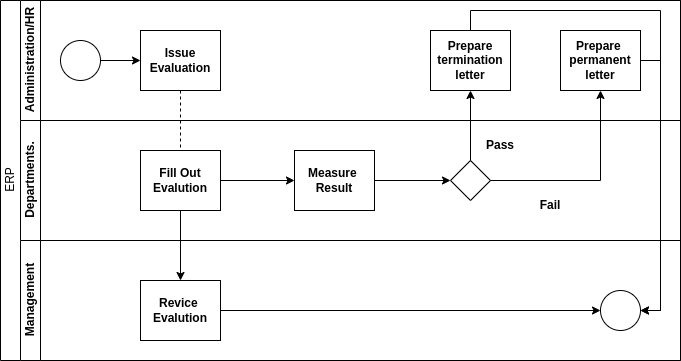
Earlier version of the draw.io export stadia/system-documentation/activity_diagrams/appraisal_activity_diagram.drawio.png (Simonbelete/odoo-modules). Source tidied: cells renumbered, new cells last; positions are measured from the earlier drawing's top-left corner, leaving out a move shared by most shapes. The source it was exported from:
```xml
<mxGraphModel>
  <root>
    <mxCell id="0" />
    <mxCell id="1" parent="0" />
    <mxCell id="2" value="ERP" style="swimlane;html=1;horizontal=0;startSize=20;fontStyle=0;" parent="1" vertex="1">
      <mxGeometry width="680" height="360" as="geometry" />
    </mxCell>
    <mxCell id="3" style="edgeStyle=orthogonalEdgeStyle;rounded=0;jettySize=auto;html=1;dashed=1;endArrow=none;endFill=0;" parent="2" edge="1" source="7" target="12">
      <mxGeometry relative="1" as="geometry" />
    </mxCell>
    <mxCell id="4" value="Administration/HR" style="swimlane;html=1;startSize=20;horizontal=0;" parent="2" vertex="1">
      <mxGeometry x="20" width="660" height="120" as="geometry" />
    </mxCell>
    <mxCell id="5" style="edgeStyle=orthogonalEdgeStyle;rounded=0;jettySize=auto;html=1;" parent="4" edge="1" source="6" target="7">
      <mxGeometry relative="1" as="geometry" />
    </mxCell>
    <mxCell id="6" style="ellipse;whiteSpace=wrap;html=1;" parent="4" vertex="1">
      <mxGeometry x="40" y="40" width="40" height="40" as="geometry" />
    </mxCell>
    <mxCell id="7" value="&lt;b&gt;Issue Evaluation&lt;/b&gt;" style="rounded=0;whiteSpace=wrap;html=1;fontFamily=Helvetica;fontSize=12;fontColor=#000000;align=center;" parent="4" vertex="1">
      <mxGeometry x="120" y="30" width="80" height="60" as="geometry" />
    </mxCell>
    <mxCell id="8" value="&lt;b&gt;Prepare termination letter&lt;/b&gt;" style="rounded=0;whiteSpace=wrap;html=1;fontFamily=Helvetica;fontSize=12;fontColor=#000000;align=center;" parent="4" vertex="1">
      <mxGeometry x="410" y="30" width="80" height="60" as="geometry" />
    </mxCell>
    <mxCell id="9" value="&lt;b&gt;Prepare&amp;nbsp;&lt;br&gt;permanent letter&lt;/b&gt;" style="rounded=0;whiteSpace=wrap;html=1;fontFamily=Helvetica;fontSize=12;fontColor=#000000;align=center;" parent="4" vertex="1">
      <mxGeometry x="540" y="30" width="80" height="60" as="geometry" />
    </mxCell>
    <mxCell id="10" value="Departments." style="swimlane;html=1;startSize=20;horizontal=0;" parent="2" vertex="1">
      <mxGeometry x="20" y="120" width="660" height="120" as="geometry" />
    </mxCell>
    <mxCell id="11" style="edgeStyle=orthogonalEdgeStyle;rounded=0;jettySize=auto;html=1;exitX=1;exitY=0.5;exitDx=0;exitDy=0;entryX=0;entryY=0.5;entryDx=0;entryDy=0;" parent="10" edge="1" source="12" target="15">
      <mxGeometry relative="1" as="geometry" />
    </mxCell>
    <mxCell id="12" value="&lt;b&gt;Fill Out&lt;br&gt;Evalution&lt;br&gt;&lt;/b&gt;" style="rounded=0;whiteSpace=wrap;html=1;fontFamily=Helvetica;fontSize=12;fontColor=#000000;align=center;" parent="10" vertex="1">
      <mxGeometry x="120" y="30" width="80" height="60" as="geometry" />
    </mxCell>
    <mxCell id="13" style="rhombus;whiteSpace=wrap;html=1;fontFamily=Helvetica;fontSize=12;fontColor=#000000;align=center;" parent="10" vertex="1">
      <mxGeometry x="430" y="40" width="40" height="40" as="geometry" />
    </mxCell>
    <mxCell id="14" style="edgeStyle=orthogonalEdgeStyle;rounded=0;jettySize=auto;html=1;exitX=1;exitY=0.5;exitDx=0;exitDy=0;entryX=0;entryY=0.5;entryDx=0;entryDy=0;" parent="10" edge="1" source="15" target="13">
      <mxGeometry relative="1" as="geometry" />
    </mxCell>
    <mxCell id="15" value="&lt;b&gt;Measure&amp;nbsp;&lt;br&gt;Result&lt;br&gt;&lt;/b&gt;" style="rounded=0;whiteSpace=wrap;html=1;fontFamily=Helvetica;fontSize=12;fontColor=#000000;align=center;" parent="10" vertex="1">
      <mxGeometry x="274" y="30" width="80" height="60" as="geometry" />
    </mxCell>
    <mxCell id="16" value="Pass" style="text;html=1;strokeColor=none;fillColor=none;align=center;verticalAlign=middle;whiteSpace=wrap;rounded=0;fontStyle=1;" parent="10" vertex="1">
      <mxGeometry x="450" y="10" width="60" height="30" as="geometry" />
    </mxCell>
    <mxCell id="17" value="Fail" style="text;html=1;strokeColor=none;fillColor=none;align=center;verticalAlign=middle;whiteSpace=wrap;rounded=0;fontStyle=1;" parent="10" vertex="1">
      <mxGeometry x="500" y="70" width="60" height="30" as="geometry" />
    </mxCell>
    <mxCell id="18" value="Management" style="swimlane;html=1;startSize=20;horizontal=0;" parent="2" vertex="1">
      <mxGeometry x="20" y="240" width="660" height="120" as="geometry" />
    </mxCell>
    <mxCell id="19" style="edgeStyle=orthogonalEdgeStyle;rounded=0;jettySize=auto;html=1;exitX=1;exitY=0.5;exitDx=0;exitDy=0;entryX=0;entryY=0.5;entryDx=0;entryDy=0;" parent="18" edge="1" source="20" target="21">
      <mxGeometry relative="1" as="geometry" />
    </mxCell>
    <mxCell id="20" value="&lt;b&gt;Revice&amp;nbsp;&lt;br&gt;Evalution&lt;br&gt;&lt;/b&gt;" style="rounded=0;whiteSpace=wrap;html=1;fontFamily=Helvetica;fontSize=12;fontColor=#000000;align=center;" parent="18" vertex="1">
      <mxGeometry x="120" y="40" width="80" height="60" as="geometry" />
    </mxCell>
    <mxCell id="21" style="ellipse;whiteSpace=wrap;html=1;" parent="18" vertex="1">
      <mxGeometry x="580" y="50" width="40" height="40" as="geometry" />
    </mxCell>
    <mxCell id="22" style="edgeStyle=orthogonalEdgeStyle;rounded=0;jettySize=auto;html=1;exitX=0.5;exitY=1;exitDx=0;exitDy=0;entryX=0.5;entryY=0;entryDx=0;entryDy=0;" parent="2" edge="1" source="12" target="20">
      <mxGeometry relative="1" as="geometry" />
    </mxCell>
    <mxCell id="23" style="edgeStyle=orthogonalEdgeStyle;rounded=0;jettySize=auto;html=1;exitX=0.5;exitY=0;exitDx=0;exitDy=0;entryX=0.5;entryY=1;entryDx=0;entryDy=0;" parent="2" edge="1" source="13" target="8">
      <mxGeometry relative="1" as="geometry" />
    </mxCell>
    <mxCell id="24" style="edgeStyle=orthogonalEdgeStyle;rounded=0;jettySize=auto;html=1;exitX=1;exitY=0.5;exitDx=0;exitDy=0;entryX=0.5;entryY=1;entryDx=0;entryDy=0;" parent="2" edge="1" source="13" target="9">
      <mxGeometry relative="1" as="geometry" />
    </mxCell>
    <mxCell id="25" style="edgeStyle=orthogonalEdgeStyle;rounded=0;jettySize=auto;html=1;exitX=1;exitY=0.5;exitDx=0;exitDy=0;entryX=1;entryY=0.5;entryDx=0;entryDy=0;" parent="2" edge="1" source="9" target="21">
      <mxGeometry relative="1" as="geometry">
        <Array as="points">
          <mxPoint x="660" y="60" />
          <mxPoint x="660" y="310" />
        </Array>
      </mxGeometry>
    </mxCell>
    <mxCell id="26" style="edgeStyle=orthogonalEdgeStyle;rounded=0;jettySize=auto;html=1;exitX=0.5;exitY=0;exitDx=0;exitDy=0;entryX=1;entryY=0.5;entryDx=0;entryDy=0;" parent="2" edge="1" source="8" target="21">
      <mxGeometry relative="1" as="geometry">
        <Array as="points">
          <mxPoint x="470" y="10" />
          <mxPoint x="660" y="10" />
          <mxPoint x="660" y="310" />
        </Array>
      </mxGeometry>
    </mxCell>
  </root>
</mxGraphModel>
```
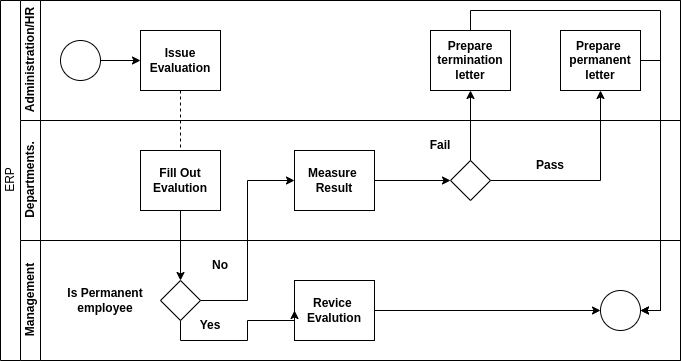
Later version of the same file.

Change to the diagram source:
```diff
@@ -29,9 +29,6 @@
     <mxCell id="10" value="Departments." style="swimlane;html=1;startSize=20;horizontal=0;" parent="2" vertex="1">
       <mxGeometry x="20" y="120" width="660" height="120" as="geometry" />
     </mxCell>
-    <mxCell id="11" style="edgeStyle=orthogonalEdgeStyle;rounded=0;jettySize=auto;html=1;exitX=1;exitY=0.5;exitDx=0;exitDy=0;entryX=0;entryY=0.5;entryDx=0;entryDy=0;" parent="10" edge="1" source="12" target="15">
-      <mxGeometry relative="1" as="geometry" />
-    </mxCell>
     <mxCell id="12" value="&lt;b&gt;Fill Out&lt;br&gt;Evalution&lt;br&gt;&lt;/b&gt;" style="rounded=0;whiteSpace=wrap;html=1;fontFamily=Helvetica;fontSize=12;fontColor=#000000;align=center;" parent="10" vertex="1">
       <mxGeometry x="120" y="30" width="80" height="60" as="geometry" />
     </mxCell>
@@ -45,10 +42,10 @@
       <mxGeometry x="274" y="30" width="80" height="60" as="geometry" />
     </mxCell>
     <mxCell id="16" value="Pass" style="text;html=1;strokeColor=none;fillColor=none;align=center;verticalAlign=middle;whiteSpace=wrap;rounded=0;fontStyle=1;" parent="10" vertex="1">
-      <mxGeometry x="450" y="10" width="60" height="30" as="geometry" />
+      <mxGeometry x="500" y="30" width="60" height="30" as="geometry" />
     </mxCell>
     <mxCell id="17" value="Fail" style="text;html=1;strokeColor=none;fillColor=none;align=center;verticalAlign=middle;whiteSpace=wrap;rounded=0;fontStyle=1;" parent="10" vertex="1">
-      <mxGeometry x="500" y="70" width="60" height="30" as="geometry" />
+      <mxGeometry x="390" y="10" width="60" height="30" as="geometry" />
     </mxCell>
     <mxCell id="18" value="Management" style="swimlane;html=1;startSize=20;horizontal=0;" parent="2" vertex="1">
       <mxGeometry x="20" y="240" width="660" height="120" as="geometry" />
@@ -57,14 +54,33 @@
       <mxGeometry relative="1" as="geometry" />
     </mxCell>
     <mxCell id="20" value="&lt;b&gt;Revice&amp;nbsp;&lt;br&gt;Evalution&lt;br&gt;&lt;/b&gt;" style="rounded=0;whiteSpace=wrap;html=1;fontFamily=Helvetica;fontSize=12;fontColor=#000000;align=center;" parent="18" vertex="1">
-      <mxGeometry x="120" y="40" width="80" height="60" as="geometry" />
+      <mxGeometry x="274" y="40" width="80" height="60" as="geometry" />
     </mxCell>
     <mxCell id="21" style="ellipse;whiteSpace=wrap;html=1;" parent="18" vertex="1">
       <mxGeometry x="580" y="50" width="40" height="40" as="geometry" />
     </mxCell>
-    <mxCell id="22" style="edgeStyle=orthogonalEdgeStyle;rounded=0;jettySize=auto;html=1;exitX=0.5;exitY=1;exitDx=0;exitDy=0;entryX=0.5;entryY=0;entryDx=0;entryDy=0;" parent="2" edge="1" source="12" target="20">
-      <mxGeometry relative="1" as="geometry" />
-    </mxCell>
+    <mxCell id="27" style="edgeStyle=orthogonalEdgeStyle;rounded=0;jettySize=auto;html=1;exitX=0.5;exitY=1;exitDx=0;exitDy=0;entryX=0;entryY=0.5;entryDx=0;entryDy=0;" parent="18" edge="1" source="28" target="20">
+      <mxGeometry relative="1" as="geometry">
+        <Array as="points">
+          <mxPoint x="160" y="100" />
+          <mxPoint x="227" y="100" />
+          <mxPoint x="227" y="80" />
+          <mxPoint x="274" y="80" />
+        </Array>
+      </mxGeometry>
+    </mxCell>
+    <mxCell id="28" style="rhombus;whiteSpace=wrap;html=1;fontFamily=Helvetica;fontSize=12;fontColor=#000000;align=center;" parent="18" vertex="1">
+      <mxGeometry x="140" y="40" width="40" height="40" as="geometry" />
+    </mxCell>
+    <mxCell id="29" value="Is Permanent employee" style="text;html=1;strokeColor=none;fillColor=none;align=center;verticalAlign=middle;whiteSpace=wrap;rounded=0;fontStyle=1;" parent="18" vertex="1">
+      <mxGeometry x="40" y="45" width="90" height="30" as="geometry" />
+    </mxCell>
+    <mxCell id="30" value="No" style="text;html=1;strokeColor=none;fillColor=none;align=center;verticalAlign=middle;whiteSpace=wrap;rounded=0;fontStyle=1;" parent="18" vertex="1">
+      <mxGeometry x="170" y="10" width="60" height="30" as="geometry" />
+    </mxCell>
+    <mxCell id="31" value="Yes" style="text;html=1;strokeColor=none;fillColor=none;align=center;verticalAlign=middle;whiteSpace=wrap;rounded=0;fontStyle=1;" parent="18" vertex="1">
+      <mxGeometry x="160" y="70" width="60" height="30" as="geometry" />
+    </mxCell>
     <mxCell id="23" style="edgeStyle=orthogonalEdgeStyle;rounded=0;jettySize=auto;html=1;exitX=0.5;exitY=0;exitDx=0;exitDy=0;entryX=0.5;entryY=1;entryDx=0;entryDy=0;" parent="2" edge="1" source="13" target="8">
       <mxGeometry relative="1" as="geometry" />
     </mxCell>
@@ -88,5 +104,11 @@
         </Array>
       </mxGeometry>
     </mxCell>
+    <mxCell id="32" style="edgeStyle=orthogonalEdgeStyle;rounded=0;jettySize=auto;html=1;exitX=0.5;exitY=1;exitDx=0;exitDy=0;entryX=0.5;entryY=0;entryDx=0;entryDy=0;" parent="2" edge="1" source="12" target="28">
+      <mxGeometry relative="1" as="geometry" />
+    </mxCell>
+    <mxCell id="33" style="edgeStyle=orthogonalEdgeStyle;rounded=0;jettySize=auto;html=1;exitX=1;exitY=0.5;exitDx=0;exitDy=0;entryX=0;entryY=0.5;entryDx=0;entryDy=0;" parent="2" edge="1" source="28" target="15">
+      <mxGeometry relative="1" as="geometry" />
+    </mxCell>
   </root>
 </mxGraphModel>
```
